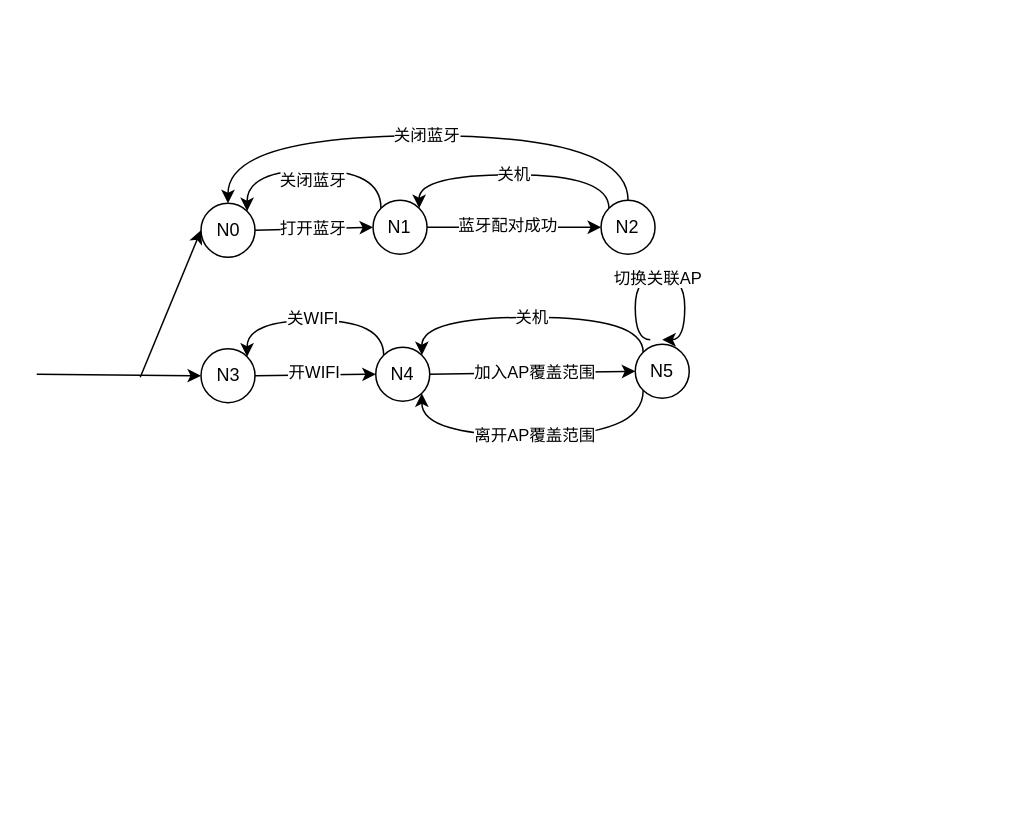
Above: page "方法三：并行自动机_笔记本行为" (2 of 8) of 时间自动机.drawio in Icarus1994/neutron_conf (draw.io), before the change. Source tidied: cells renumbered, new cells numbered last; positions are measured from the earlier drawing's top-left corner, leaving out a move shared by most shapes. Both pictures are drawn from the tidied source at 150%, with x=0, y=0 at pixel (36, 135).
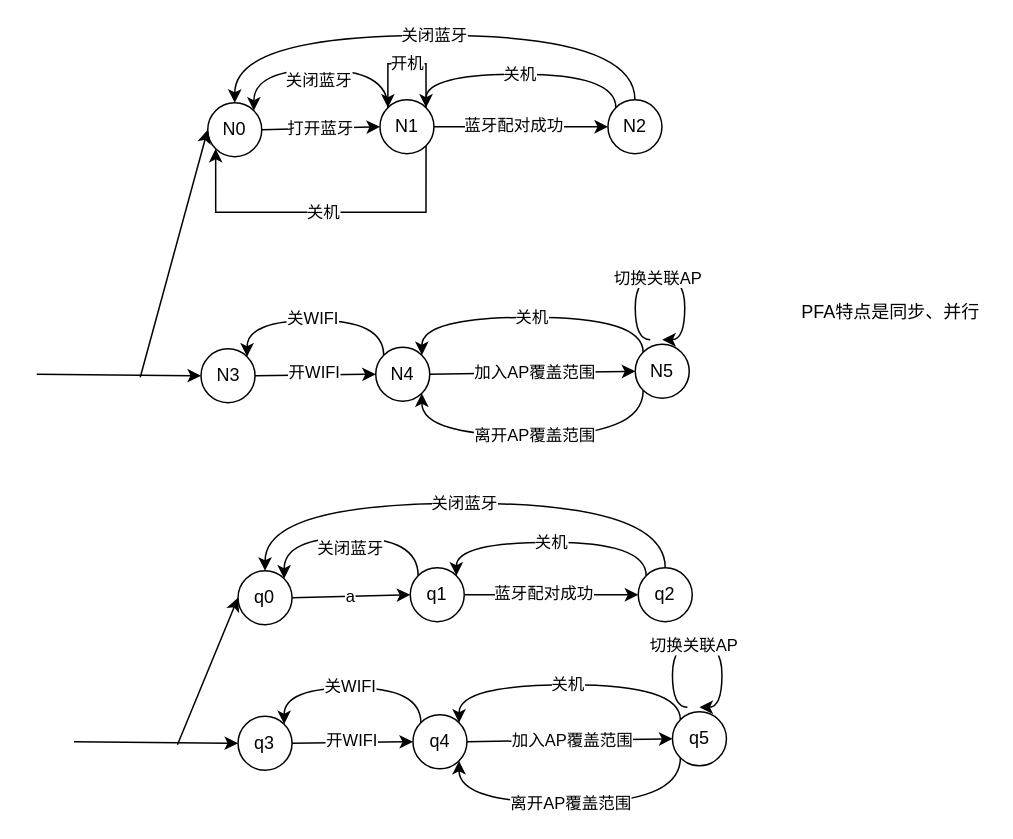
The same diagram, later.

What changed in the source:
```diff
@@
     <mxCell id="15" value="N0" style="ellipse;whiteSpace=wrap;html=1;" parent="1" vertex="1">
-      <mxGeometry x="109.5" y="45" width="36" height="36" as="geometry" />
+      <mxGeometry x="114" y="-22" width="36" height="36" as="geometry" />
     </mxCell>
     <mxCell id="16" value="&lt;br&gt;关闭蓝牙" style="edgeStyle=orthogonalEdgeStyle;curved=1;rounded=0;jettySize=auto;html=1;exitX=0;exitY=0;exitDx=0;exitDy=0;entryX=1;entryY=0;entryDx=0;entryDy=0;" parent="1" edge="1" source="19" target="15">
       <mxGeometry relative="1" as="geometry">
         <Array as="points">
-          <mxPoint x="230" y="23" />
-          <mxPoint x="140" y="23" />
+          <mxPoint x="234.5" y="-44" />
+          <mxPoint x="144.5" y="-44" />
         </Array>
       </mxGeometry>
     </mxCell>
@@
     <mxCell id="19" value="N1" style="ellipse;whiteSpace=wrap;html=1;" parent="1" vertex="1">
-      <mxGeometry x="224.2" y="43" width="36" height="36" as="geometry" />
+      <mxGeometry x="228.8" y="-24" width="36" height="36" as="geometry" />
     </mxCell>
@@
     <mxCell id="21" value="关闭蓝牙" style="edgeStyle=orthogonalEdgeStyle;curved=1;rounded=0;jettySize=auto;html=1;exitX=0.5;exitY=0;exitDx=0;exitDy=0;entryX=0.5;entryY=0;entryDx=0;entryDy=0;startArrow=none;startFill=0;endArrow=classic;endFill=1;" parent="1" edge="1" source="23" target="15">
       <mxGeometry relative="1" as="geometry">
         <Array as="points">
-          <mxPoint x="394" />
-          <mxPoint x="128" />
+          <mxPoint x="398.5" y="-67" />
+          <mxPoint x="132.5" y="-67" />
         </Array>
       </mxGeometry>
     </mxCell>
     <mxCell id="22" value="关机" style="edgeStyle=orthogonalEdgeStyle;curved=1;rounded=0;jettySize=auto;html=1;exitX=0;exitY=0;exitDx=0;exitDy=0;entryX=1;entryY=0;entryDx=0;entryDy=0;startArrow=none;startFill=0;endArrow=classic;endFill=1;" parent="1" edge="1" source="23" target="19">
       <mxGeometry relative="1" as="geometry">
         <Array as="points">
-          <mxPoint x="382" y="26" />
-          <mxPoint x="255" y="26" />
+          <mxPoint x="386.5" y="-41" />
+          <mxPoint x="259.5" y="-41" />
         </Array>
       </mxGeometry>
     </mxCell>
     <mxCell id="23" value="N2" style="ellipse;whiteSpace=wrap;html=1;" parent="1" vertex="1">
-      <mxGeometry x="376.2" y="43" width="36" height="36" as="geometry" />
+      <mxGeometry x="380.8" y="-24" width="36" height="36" as="geometry" />
     </mxCell>
@@
+    <mxCell id="26" value="PFA特点是同步、并行" style="text;html=1;align=center;verticalAlign=middle;" parent="1" vertex="1">
+      <mxGeometry x="504" y="109" width="129" height="18" as="geometry" />
+    </mxCell>
+    <mxCell id="27" style="rounded=0;jettySize=auto;html=1;entryX=0;entryY=0.5;entryDx=0;entryDy=0;exitX=1;exitY=0.5;exitDx=0;exitDy=0;" parent="1" edge="1" source="30" target="35">
+      <mxGeometry relative="1" as="geometry" />
+    </mxCell>
+    <mxCell id="28" value="开WIFI" style="edgeLabel;html=1;align=center;verticalAlign=middle;" parent="27" vertex="1">
+      <mxGeometry x="-0.03" y="2" relative="1" as="geometry" />
+    </mxCell>
+    <mxCell id="29" style="edgeStyle=none;rounded=0;jettySize=auto;html=1;exitX=0;exitY=0.5;exitDx=0;exitDy=0;startArrow=classic;startFill=1;endArrow=none;endFill=0;" parent="1" edge="1" source="30">
+      <mxGeometry relative="1" as="geometry">
+        <mxPoint x="24.8" y="404" as="targetPoint" />
+      </mxGeometry>
+    </mxCell>
+    <mxCell id="30" value="q3" style="ellipse;whiteSpace=wrap;html=1;" parent="1" vertex="1">
+      <mxGeometry x="134.2" y="387" width="36" height="36" as="geometry" />
+    </mxCell>
+    <mxCell id="31" style="rounded=0;jettySize=auto;html=1;exitX=1;exitY=0.5;exitDx=0;exitDy=0;entryX=0;entryY=0.5;entryDx=0;entryDy=0;" parent="1" edge="1" source="35" target="38">
+      <mxGeometry relative="1" as="geometry" />
+    </mxCell>
+    <mxCell id="32" value="加入AP覆盖范围" style="edgeLabel;html=1;align=center;verticalAlign=middle;" parent="31" vertex="1">
+      <mxGeometry x="0.02" relative="1" as="geometry" />
+    </mxCell>
+    <mxCell id="33" style="edgeStyle=orthogonalEdgeStyle;curved=1;rounded=0;jettySize=auto;html=1;exitX=0;exitY=0;exitDx=0;exitDy=0;entryX=1;entryY=0;entryDx=0;entryDy=0;startArrow=none;startFill=0;endArrow=classic;endFill=1;" parent="1" edge="1" source="35" target="30">
+      <mxGeometry relative="1" as="geometry">
+        <Array as="points">
+          <mxPoint x="255.8" y="368" />
+          <mxPoint x="164.8" y="368" />
+        </Array>
+      </mxGeometry>
+    </mxCell>
+    <mxCell id="34" value="关WIFI" style="edgeLabel;html=1;align=center;verticalAlign=middle;" parent="33" vertex="1">
+      <mxGeometry x="0.02" y="-2" relative="1" as="geometry" />
+    </mxCell>
+    <mxCell id="35" value="q4" style="ellipse;whiteSpace=wrap;html=1;" parent="1" vertex="1">
+      <mxGeometry x="250.8" y="386" width="36" height="36" as="geometry" />
+    </mxCell>
+    <mxCell id="36" value="离开AP覆盖范围" style="edgeStyle=orthogonalEdgeStyle;rounded=0;jettySize=auto;html=1;exitX=0;exitY=1;exitDx=0;exitDy=0;entryX=1;entryY=1;entryDx=0;entryDy=0;curved=1;" parent="1" edge="1" source="38" target="35">
+      <mxGeometry relative="1" as="geometry">
+        <Array as="points">
+          <mxPoint x="428.8" y="445" />
+          <mxPoint x="281.8" y="445" />
+        </Array>
+      </mxGeometry>
+    </mxCell>
+    <mxCell id="37" value="关机" style="edgeStyle=orthogonalEdgeStyle;curved=1;rounded=0;jettySize=auto;html=1;exitX=0;exitY=0;exitDx=0;exitDy=0;entryX=1;entryY=0;entryDx=0;entryDy=0;startArrow=none;startFill=0;endArrow=classic;endFill=1;" parent="1" edge="1" source="38" target="35">
+      <mxGeometry relative="1" as="geometry">
+        <Array as="points">
+          <mxPoint x="428.8" y="366" />
+          <mxPoint x="281.8" y="366" />
+        </Array>
+      </mxGeometry>
+    </mxCell>
+    <mxCell id="38" value="q5" style="ellipse;whiteSpace=wrap;html=1;" parent="1" vertex="1">
+      <mxGeometry x="423.8" y="384" width="36" height="36" as="geometry" />
+    </mxCell>
+    <mxCell id="39" value="a" style="rounded=0;jettySize=auto;html=1;exitX=1;exitY=0.5;exitDx=0;exitDy=0;entryX=0;entryY=0.5;entryDx=0;entryDy=0;" parent="1" edge="1" source="40" target="44">
+      <mxGeometry relative="1" as="geometry" />
+    </mxCell>
+    <mxCell id="40" value="q0" style="ellipse;whiteSpace=wrap;html=1;" parent="1" vertex="1">
+      <mxGeometry x="134.2" y="290" width="36" height="36" as="geometry" />
+    </mxCell>
+    <mxCell id="41" value="&lt;br&gt;关闭蓝牙" style="edgeStyle=orthogonalEdgeStyle;curved=1;rounded=0;jettySize=auto;html=1;exitX=0;exitY=0;exitDx=0;exitDy=0;entryX=1;entryY=0;entryDx=0;entryDy=0;" parent="1" edge="1" source="44" target="40">
+      <mxGeometry relative="1" as="geometry">
+        <Array as="points">
+          <mxPoint x="254.8" y="268" />
+          <mxPoint x="164.8" y="268" />
+        </Array>
+      </mxGeometry>
+    </mxCell>
+    <mxCell id="42" style="edgeStyle=orthogonalEdgeStyle;rounded=0;jettySize=auto;html=1;exitX=1;exitY=0.5;exitDx=0;exitDy=0;entryX=0;entryY=0.5;entryDx=0;entryDy=0;" parent="1" edge="1" source="44" target="48">
+      <mxGeometry relative="1" as="geometry" />
+    </mxCell>
+    <mxCell id="43" value="蓝牙配对成功" style="edgeLabel;html=1;align=center;verticalAlign=middle;" parent="42" vertex="1">
+      <mxGeometry x="-0.32" y="-1" relative="1" as="geometry">
+        <mxPoint x="13.8" y="-3" as="offset" />
+      </mxGeometry>
+    </mxCell>
+    <mxCell id="44" value="q1" style="ellipse;whiteSpace=wrap;html=1;" parent="1" vertex="1">
+      <mxGeometry x="249" y="288" width="36" height="36" as="geometry" />
+    </mxCell>
+    <mxCell id="45" style="endArrow=classic;html=1;entryX=0;entryY=0.5;entryDx=0;entryDy=0;" parent="1" edge="1" target="40">
+      <mxGeometry relative="1" as="geometry">
+        <mxPoint x="93.8" y="406" as="sourcePoint" />
+      </mxGeometry>
+    </mxCell>
+    <mxCell id="46" value="关闭蓝牙" style="edgeStyle=orthogonalEdgeStyle;curved=1;rounded=0;jettySize=auto;html=1;exitX=0.5;exitY=0;exitDx=0;exitDy=0;entryX=0.5;entryY=0;entryDx=0;entryDy=0;startArrow=none;startFill=0;endArrow=classic;endFill=1;" parent="1" edge="1" source="48" target="40">
+      <mxGeometry relative="1" as="geometry">
+        <Array as="points">
+          <mxPoint x="418.8" y="245" />
+          <mxPoint x="152.8" y="245" />
+        </Array>
+      </mxGeometry>
+    </mxCell>
+    <mxCell id="47" value="关机" style="edgeStyle=orthogonalEdgeStyle;curved=1;rounded=0;jettySize=auto;html=1;exitX=0;exitY=0;exitDx=0;exitDy=0;entryX=1;entryY=0;entryDx=0;entryDy=0;startArrow=none;startFill=0;endArrow=classic;endFill=1;" parent="1" edge="1" source="48" target="44">
+      <mxGeometry relative="1" as="geometry">
+        <Array as="points">
+          <mxPoint x="406.8" y="271" />
+          <mxPoint x="279.8" y="271" />
+        </Array>
+      </mxGeometry>
+    </mxCell>
+    <mxCell id="48" value="q2" style="ellipse;whiteSpace=wrap;html=1;" parent="1" vertex="1">
+      <mxGeometry x="401" y="288" width="36" height="36" as="geometry" />
+    </mxCell>
+    <mxCell id="49" style="endArrow=classic;html=1;edgeStyle=orthogonalEdgeStyle;curved=1;" parent="1" edge="1">
+      <mxGeometry relative="1" as="geometry">
+        <mxPoint x="433.8" y="381" as="sourcePoint" />
+        <mxPoint x="441.8" y="381" as="targetPoint" />
+        <Array as="points">
+          <mxPoint x="423.8" y="381" />
+          <mxPoint x="423.8" y="338" />
+          <mxPoint x="456.8" y="338" />
+          <mxPoint x="456.8" y="381" />
+        </Array>
+      </mxGeometry>
+    </mxCell>
+    <mxCell id="50" value="切换关联AP" style="edgeLabel;html=1;align=center;verticalAlign=middle;" parent="49" vertex="1">
+      <mxGeometry x="-0.07" y="-1" relative="1" as="geometry" />
+    </mxCell>
+    <mxCell id="51" value="关机" style="edgeStyle=orthogonalEdgeStyle;rounded=0;jettySize=auto;html=1;exitX=1;exitY=1;exitDx=0;exitDy=0;entryX=0;entryY=1;entryDx=0;entryDy=0;" parent="1" edge="1" source="19" target="15">
+      <mxGeometry relative="1" as="geometry">
+        <Array as="points">
+          <mxPoint x="260" y="51" />
+          <mxPoint x="119" y="51" />
+        </Array>
+      </mxGeometry>
+    </mxCell>
+    <mxCell id="52" value="开机" style="edgeStyle=orthogonalEdgeStyle;rounded=0;orthogonalLoop=1;jettySize=auto;html=1;exitX=1;exitY=0;exitDx=0;exitDy=0;entryX=0;entryY=0;entryDx=0;entryDy=0;" parent="1" edge="1" source="19" target="19">
+      <mxGeometry relative="1" as="geometry">
+        <Array as="points">
+          <mxPoint x="260" y="-48" />
+          <mxPoint x="234" y="-48" />
+        </Array>
+      </mxGeometry>
+    </mxCell>
```
